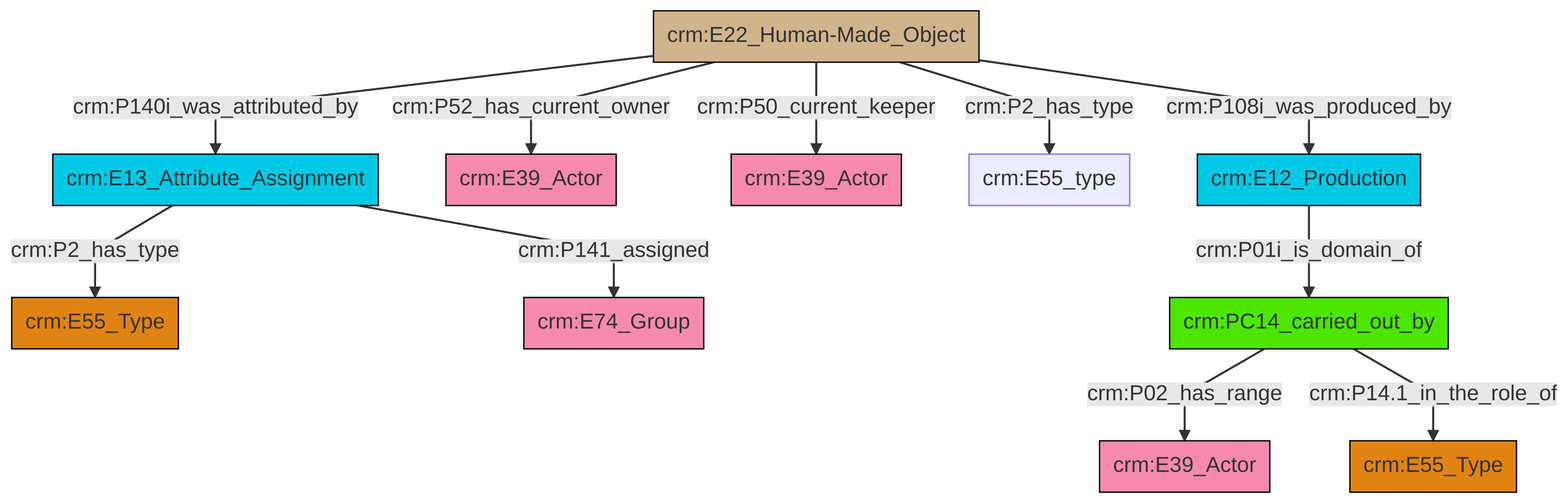
This is et/artworkCSV/ttl/mmd/png/Artwork_Actor_Relations.png from swiss-art-research-net/docs.swissartresearch, a Mermaid export, as it was before one commit. Its source is kept beside it as et/artworkCSV/ttl/mmd/Artwork_Actor_Relations.ttl.mmd.
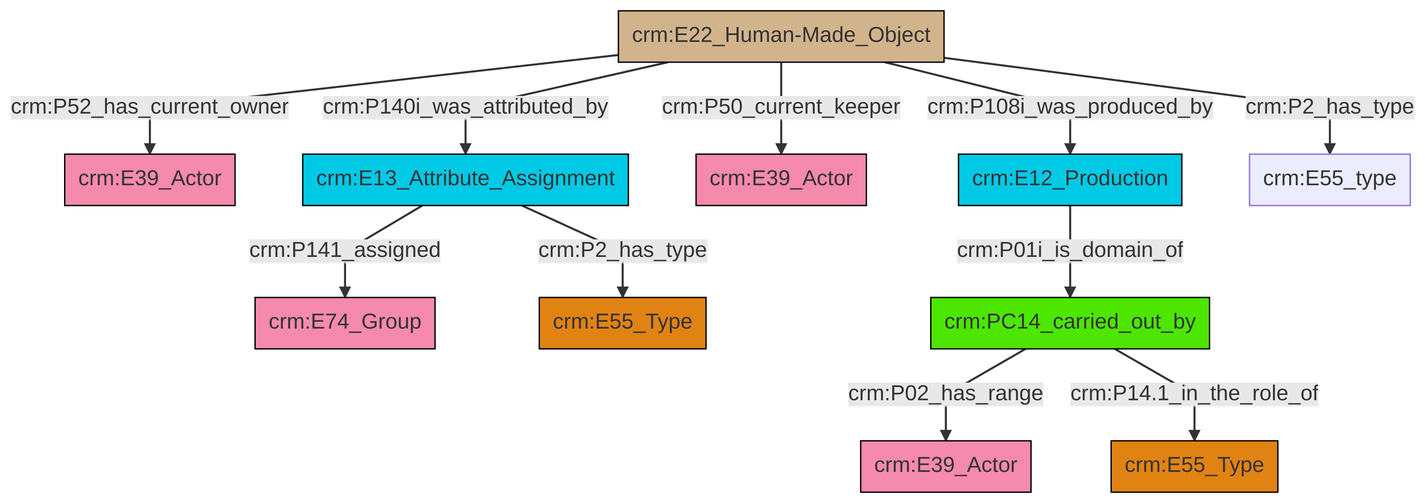
After the change.

Change to the diagram source:
```diff
@@ -13,13 +13,13 @@
 classDef PC_Classes fill:#4ce600, stroke:#000000;
 classDef Multi fill:#cccccc,stroke:#000000;
 
-0["crm:E22_Human-Made_Object"]:::Physical_Thing -->|crm:P140i_was_attributed_by| 6["crm:E13_Attribute_Assignment"]:::Temporal_Entity
-6["crm:E13_Attribute_Assignment"]:::Temporal_Entity -->|crm:P2_has_type| 4["crm:E55_Type"]:::Type
-0["crm:E22_Human-Made_Object"]:::Physical_Thing -->|crm:P52_has_current_owner| 9["crm:E39_Actor"]:::Actor
-7["crm:E12_Production"]:::Temporal_Entity -->|crm:P01i_is_domain_of| 10["crm:PC14_carried_out_by"]:::PC_Classes
-6["crm:E13_Attribute_Assignment"]:::Temporal_Entity -->|crm:P141_assigned| 11["crm:E74_Group"]:::Actor
-0["crm:E22_Human-Made_Object"]:::Physical_Thing -->|crm:P50_current_keeper| 2["crm:E39_Actor"]:::Actor
-10["crm:PC14_carried_out_by"]:::PC_Classes -->|crm:P02_has_range| 19["crm:E39_Actor"]:::Actor
-10["crm:PC14_carried_out_by"]:::PC_Classes -->|crm:P14.1_in_the_role_of| 20["crm:E55_Type"]:::Type
-0["crm:E22_Human-Made_Object"]:::Physical_Thing -->|crm:P2_has_type| 16["crm:E55_type"]:::Default
-0["crm:E22_Human-Made_Object"]:::Physical_Thing -->|crm:P108i_was_produced_by| 7["crm:E12_Production"]:::Temporal_Entity
+6["crm:E12_Production"]:::Temporal_Entity -->|crm:P01i_is_domain_of| 10["crm:PC14_carried_out_by"]:::PC_Classes
+11["crm:E22_Human-Made_Object"]:::Physical_Thing -->|crm:P50_current_keeper| 12["crm:E39_Actor"]:::Actor
+10["crm:PC14_carried_out_by"]:::PC_Classes -->|crm:P02_has_range| 13["crm:E39_Actor"]:::Actor
+11["crm:E22_Human-Made_Object"]:::Physical_Thing -->|crm:P140i_was_attributed_by| 15["crm:E13_Attribute_Assignment"]:::Temporal_Entity
+11["crm:E22_Human-Made_Object"]:::Physical_Thing -->|crm:P52_has_current_owner| 2["crm:E39_Actor"]:::Actor
+15["crm:E13_Attribute_Assignment"]:::Temporal_Entity -->|crm:P2_has_type| 4["crm:E55_Type"]:::Type
+11["crm:E22_Human-Made_Object"]:::Physical_Thing -->|crm:P108i_was_produced_by| 6["crm:E12_Production"]:::Temporal_Entity
+11["crm:E22_Human-Made_Object"]:::Physical_Thing -->|crm:P2_has_type| 17["crm:E55_type"]:::Default
+15["crm:E13_Attribute_Assignment"]:::Temporal_Entity -->|crm:P141_assigned| 0["crm:E74_Group"]:::Actor
+10["crm:PC14_carried_out_by"]:::PC_Classes -->|crm:P14.1_in_the_role_of| 8["crm:E55_Type"]:::Type
```
